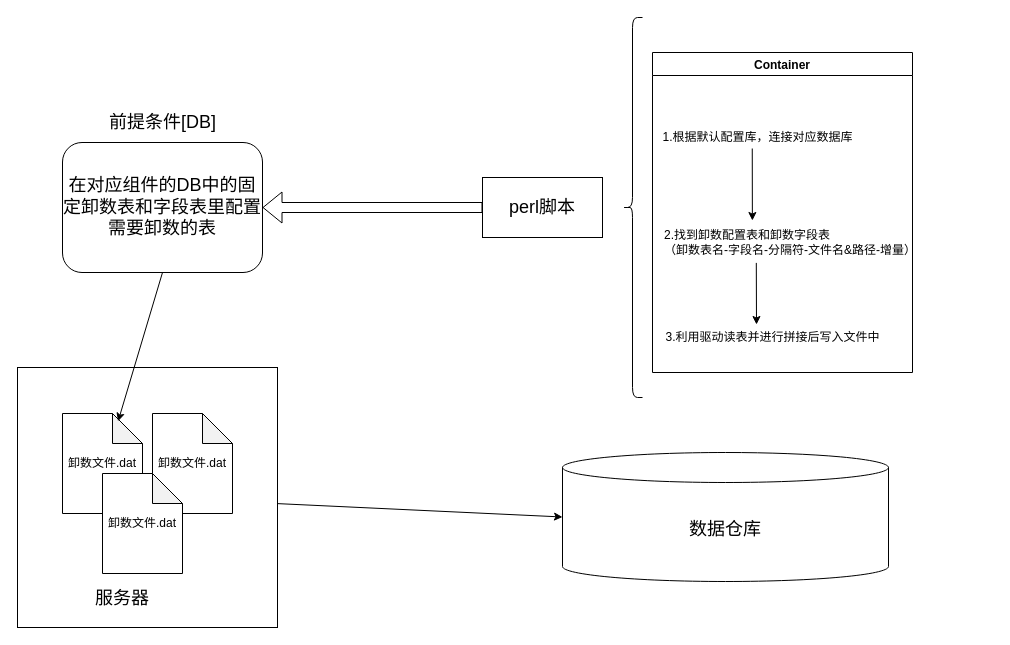
This is 未命名绘图.drawio from beyondgogogo/Graph, a draw.io file, before an edit. Source tidied: cells renumbered, new cells numbered last; positions are measured from the earlier drawing's top-left corner, leaving out a move shared by most shapes. Both pictures are drawn from the tidied source at 100%, with x=0, y=0 at pixel (17, 17).
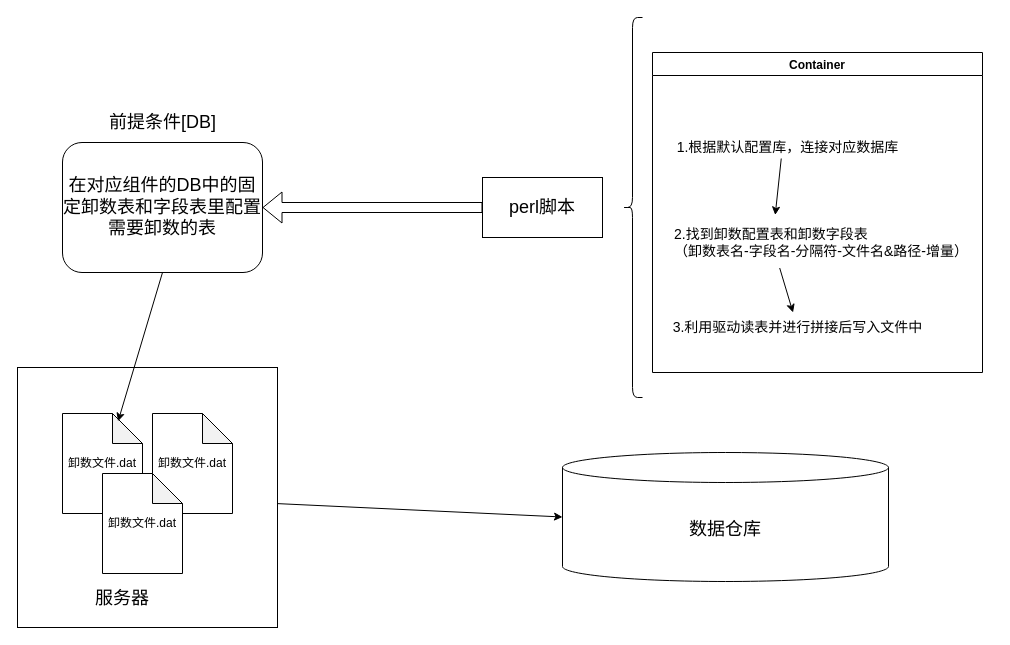
After the change.

Commit message (it also covers changes not shown here):
更新未命名绘图.drawio

Diff of the diagram source:
```diff
@@
     <mxCell id="14" value="Container" style="swimlane;" parent="1" vertex="1">
-      <mxGeometry x="635" y="35" width="260" height="320" as="geometry" />
+      <mxGeometry x="635" y="35" width="330" height="320" as="geometry" />
     </mxCell>
-    <mxCell id="15" value="1.根据默认配置库，连接对应数据库" style="text;html=1;align=center;verticalAlign=middle;points=[];strokeColor=none;fillColor=none;" parent="14" vertex="1">
-      <mxGeometry y="70" width="210" height="30" as="geometry" />
+    <mxCell id="15" value="&lt;font style=&quot;font-size: 14px;&quot;&gt;1.根据默认配置库，连接对应数据库&lt;/font&gt;" style="text;html=1;align=center;verticalAlign=middle;points=[];strokeColor=none;fillColor=none;" parent="14" vertex="1">
+      <mxGeometry x="10" y="80" width="250" height="30" as="geometry" />
     </mxCell>
-    <mxCell id="16" value="2.找到卸数配置表和卸数字段表&lt;br&gt;（卸数表名-字段名-分隔符-文件名&amp;amp;路径-增量）" style="text;html=1;align=left;verticalAlign=middle;points=[];strokeColor=none;fillColor=none;" parent="14" vertex="1">
-      <mxGeometry x="10" y="170" width="280" height="40" as="geometry" />
+    <mxCell id="16" value="&lt;font style=&quot;font-size: 14px;&quot;&gt;2.找到卸数配置表和卸数字段表&lt;br&gt;（卸数表名-字段名-分隔符-文件名&amp;amp;路径-增量）&lt;/font&gt;" style="text;html=1;align=left;verticalAlign=middle;points=[];strokeColor=none;fillColor=none;" parent="14" vertex="1">
+      <mxGeometry x="20" y="165" width="320" height="50" as="geometry" />
     </mxCell>
-    <mxCell id="17" value="3.利用驱动读表并进行拼接后写入文件中" style="text;html=1;align=center;verticalAlign=middle;points=[];strokeColor=none;fillColor=none;" parent="14" vertex="1">
-      <mxGeometry y="270" width="240" height="30" as="geometry" />
+    <mxCell id="17" value="&lt;font style=&quot;font-size: 14px;&quot;&gt;3.利用驱动读表并进行拼接后写入文件中&lt;/font&gt;" style="text;html=1;align=center;verticalAlign=middle;points=[];strokeColor=none;fillColor=none;" parent="14" vertex="1">
+      <mxGeometry x="10" y="260" width="270" height="30" as="geometry" />
     </mxCell>
@@
-    <mxCell id="19" style="endArrow=classic;html=1;rounded=0;exitX=0.335;exitY=1.01;exitDx=0;exitDy=0;exitPerimeter=0;" parent="14" edge="1" source="16">
-      <mxGeometry relative="1" as="geometry">
-        <mxPoint x="104" y="272" as="targetPoint" />
-      </mxGeometry>
+    <mxCell id="19" style="endArrow=classic;html=1;rounded=0;exitX=0.335;exitY=1.01;exitDx=0;exitDy=0;exitPerimeter=0;" parent="14" edge="1" source="16" target="17">
+      <mxGeometry relative="1" as="geometry" />
     </mxCell>
```
